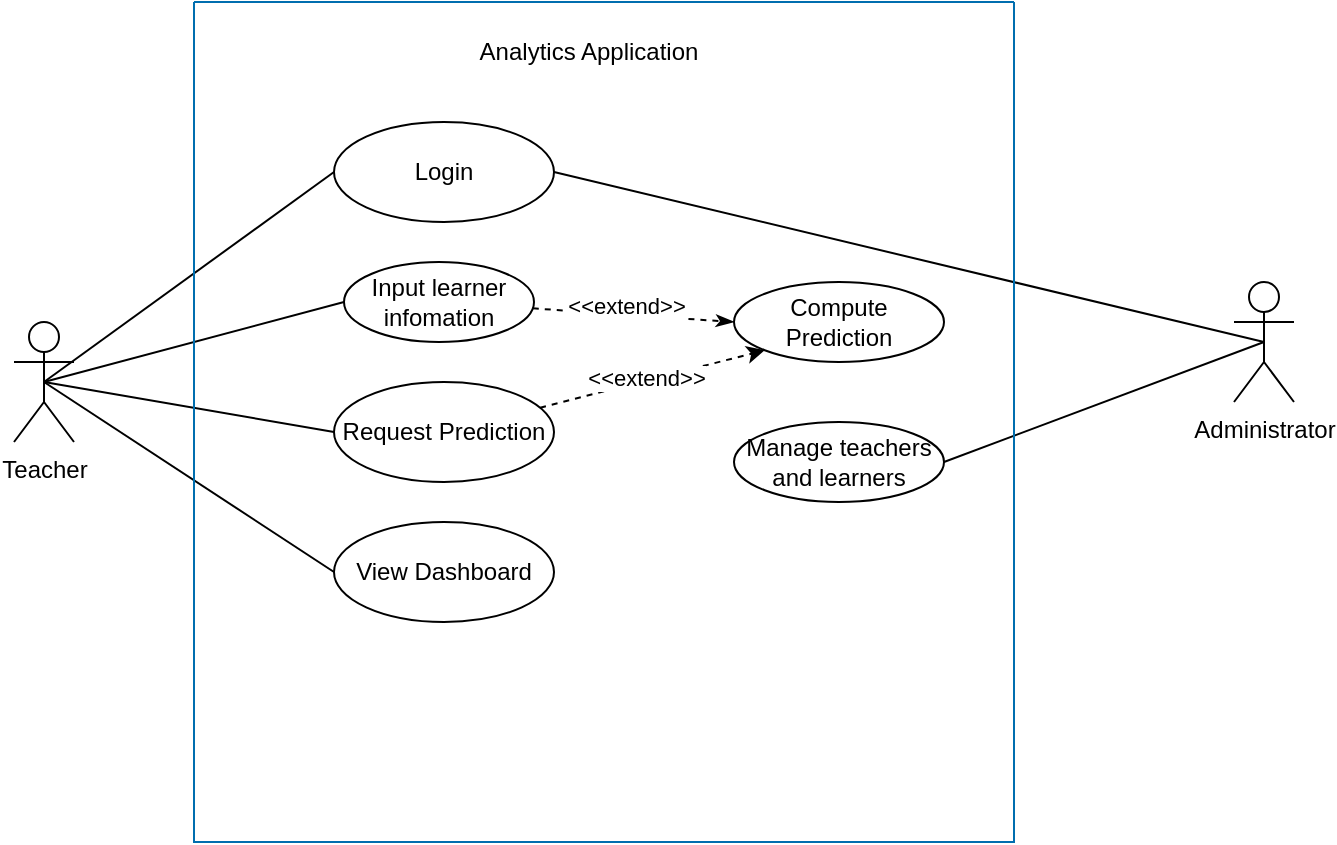
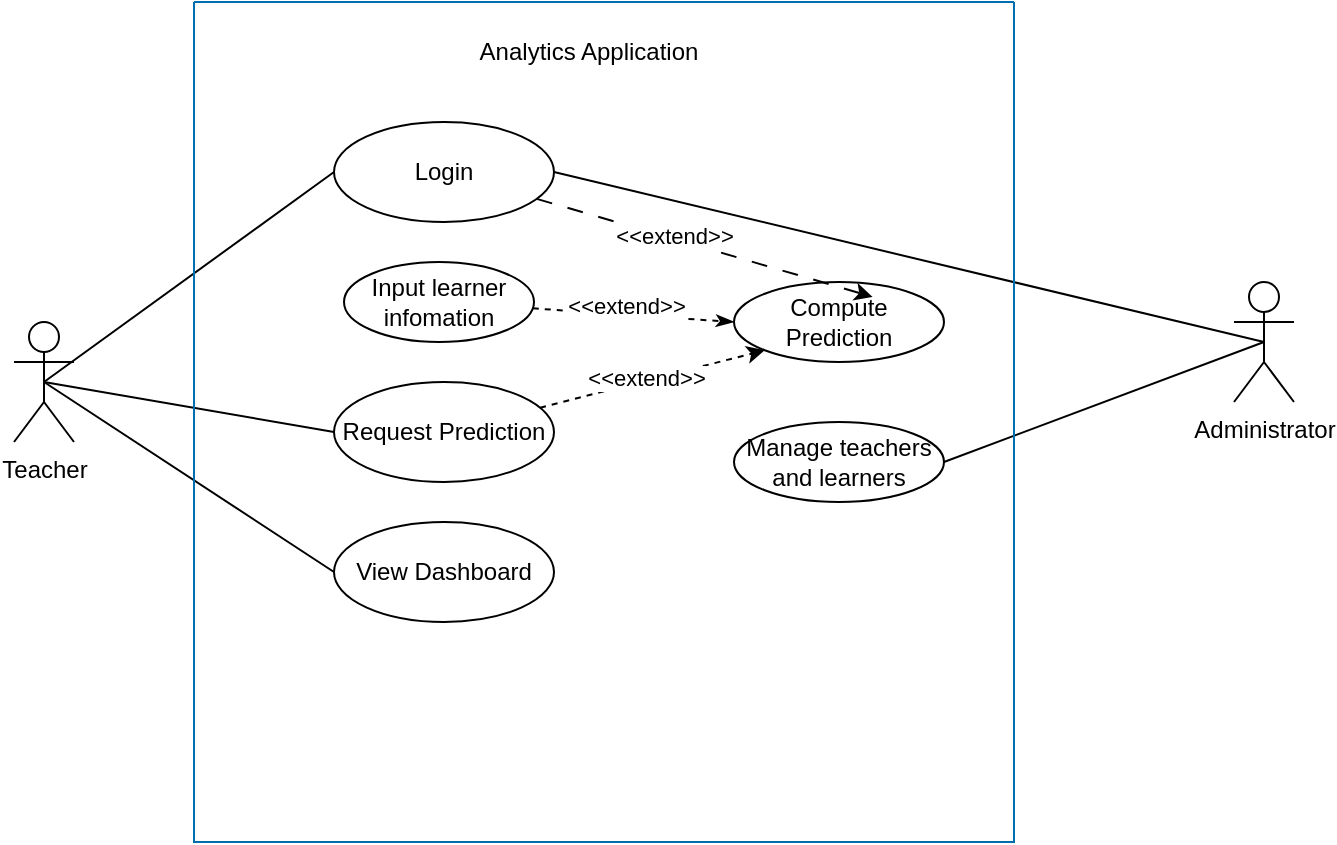
<mxfile host="65bd71144e">
    <diagram id="HGP-83dxVXzt5tPxmBhk" name="Page-1">
-         <mxGraphModel dx="330" dy="345" grid="1" gridSize="10" guides="1" tooltips="1" connect="1" arrows="1" fold="1" page="1" pageScale="1" pageWidth="850" pageHeight="1100" math="0" shadow="0">
+         <mxGraphModel dx="811" dy="498" grid="1" gridSize="10" guides="1" tooltips="1" connect="1" arrows="1" fold="1" page="1" pageScale="1" pageWidth="850" pageHeight="1100" math="0" shadow="0">
            <root>
                <mxCell id="0"/>
                <mxCell id="1" parent="0"/>
-                 <mxCell id="13" style="edgeStyle=none;html=1;entryX=0;entryY=1;entryDx=0;entryDy=0;dashed=1;" edge="1" parent="1" source="2" target="9">
+                 <mxCell id="13" style="edgeStyle=none;html=1;entryX=0;entryY=1;entryDx=0;entryDy=0;dashed=1;" parent="1" source="2" target="9" edge="1">
                    <mxGeometry relative="1" as="geometry"/>
                </mxCell>
-                 <mxCell id="14" value="&amp;lt;&amp;lt;extend&amp;gt;&amp;gt;" style="edgeLabel;html=1;align=center;verticalAlign=middle;resizable=0;points=[];" vertex="1" connectable="0" parent="13">
+                 <mxCell id="14" value="&amp;lt;&amp;lt;extend&amp;gt;&amp;gt;" style="edgeLabel;html=1;align=center;verticalAlign=middle;resizable=0;points=[];" parent="13" vertex="1" connectable="0">
                    <mxGeometry x="-0.0355" y="1" relative="1" as="geometry">
                        <mxPoint x="-1" as="offset"/>
                    </mxGeometry>
                </mxCell>
-                 <mxCell id="2" value="Request Prediction" style="ellipse;whiteSpace=wrap;html=1;align=center;" vertex="1" parent="1">
+                 <mxCell id="2" value="Request Prediction" style="ellipse;whiteSpace=wrap;html=1;align=center;" parent="1" vertex="1">
                    <mxGeometry x="190" y="310" width="110" height="50" as="geometry"/>
                </mxCell>
-                 <mxCell id="3" value="View Dashboard" style="ellipse;whiteSpace=wrap;html=1;align=center;" vertex="1" parent="1">
+                 <mxCell id="3" value="View Dashboard" style="ellipse;whiteSpace=wrap;html=1;align=center;" parent="1" vertex="1">
                    <mxGeometry x="190" y="380" width="110" height="50" as="geometry"/>
                </mxCell>
-                 <mxCell id="4" value="Login" style="ellipse;whiteSpace=wrap;html=1;align=center;" vertex="1" parent="1">
+                 <mxCell id="4" value="Login" style="ellipse;whiteSpace=wrap;html=1;align=center;" parent="1" vertex="1">
                    <mxGeometry x="190" y="180" width="110" height="50" as="geometry"/>
                </mxCell>
-                 <mxCell id="10" style="edgeStyle=none;html=1;entryX=0;entryY=0.5;entryDx=0;entryDy=0;dashed=1;endArrow=classicThin;endFill=1;" edge="1" parent="1" source="6" target="9">
+                 <mxCell id="10" style="edgeStyle=none;html=1;entryX=0;entryY=0.5;entryDx=0;entryDy=0;dashed=1;endArrow=classicThin;endFill=1;" parent="1" source="6" target="9" edge="1">
                    <mxGeometry relative="1" as="geometry"/>
                </mxCell>
-                 <mxCell id="11" value="&amp;lt;&amp;lt;extend&amp;gt;&amp;gt;" style="edgeLabel;html=1;align=center;verticalAlign=middle;resizable=0;points=[];" vertex="1" connectable="0" parent="10">
+                 <mxCell id="11" value="&amp;lt;&amp;lt;extend&amp;gt;&amp;gt;" style="edgeLabel;html=1;align=center;verticalAlign=middle;resizable=0;points=[];" parent="10" vertex="1" connectable="0">
                    <mxGeometry x="-0.2653" y="4" relative="1" as="geometry">
                        <mxPoint x="9" as="offset"/>
                    </mxGeometry>
                </mxCell>
-                 <mxCell id="6" value="Input learner infomation" style="ellipse;whiteSpace=wrap;html=1;align=center;" vertex="1" parent="1">
+                 <mxCell id="6" value="Input learner infomation" style="ellipse;whiteSpace=wrap;html=1;align=center;" parent="1" vertex="1">
                    <mxGeometry x="195" y="250" width="95" height="40" as="geometry"/>
                </mxCell>
-                 <mxCell id="9" value="Compute Prediction" style="ellipse;whiteSpace=wrap;html=1;align=center;" vertex="1" parent="1">
+                 <mxCell id="9" value="Compute Prediction" style="ellipse;whiteSpace=wrap;html=1;align=center;" parent="1" vertex="1">
                    <mxGeometry x="390" y="260" width="105" height="40" as="geometry"/>
                </mxCell>
-                 <mxCell id="12" value="Manage teachers and learners" style="ellipse;whiteSpace=wrap;html=1;align=center;" vertex="1" parent="1">
+                 <mxCell id="12" value="Manage teachers and learners" style="ellipse;whiteSpace=wrap;html=1;align=center;" parent="1" vertex="1">
                    <mxGeometry x="390" y="330" width="105" height="40" as="geometry"/>
                </mxCell>
-                 <mxCell id="22" style="edgeStyle=none;html=1;entryX=0;entryY=0.5;entryDx=0;entryDy=0;endArrow=none;endFill=0;exitX=0.5;exitY=0.5;exitDx=0;exitDy=0;exitPerimeter=0;" edge="1" parent="1" source="15" target="4">
+                 <mxCell id="22" style="edgeStyle=none;html=1;entryX=0;entryY=0.5;entryDx=0;entryDy=0;endArrow=none;endFill=0;exitX=0.5;exitY=0.5;exitDx=0;exitDy=0;exitPerimeter=0;" parent="1" source="15" target="4" edge="1">
                    <mxGeometry relative="1" as="geometry"/>
                </mxCell>
-                 <mxCell id="23" style="edgeStyle=none;html=1;entryX=0;entryY=0.5;entryDx=0;entryDy=0;endArrow=none;endFill=0;exitX=0.5;exitY=0.5;exitDx=0;exitDy=0;exitPerimeter=0;" edge="1" parent="1" source="15" target="6">
+                 <mxCell id="24" style="edgeStyle=none;html=1;entryX=0;entryY=0.5;entryDx=0;entryDy=0;endArrow=none;endFill=0;exitX=0.5;exitY=0.5;exitDx=0;exitDy=0;exitPerimeter=0;" parent="1" source="15" target="2" edge="1">
                    <mxGeometry relative="1" as="geometry"/>
                </mxCell>
-                 <mxCell id="24" style="edgeStyle=none;html=1;entryX=0;entryY=0.5;entryDx=0;entryDy=0;endArrow=none;endFill=0;exitX=0.5;exitY=0.5;exitDx=0;exitDy=0;exitPerimeter=0;" edge="1" parent="1" source="15" target="2">
+                 <mxCell id="25" style="edgeStyle=none;html=1;entryX=0;entryY=0.5;entryDx=0;entryDy=0;startArrow=none;startFill=0;endArrow=none;endFill=0;exitX=0.5;exitY=0.5;exitDx=0;exitDy=0;exitPerimeter=0;" parent="1" source="15" target="3" edge="1">
                    <mxGeometry relative="1" as="geometry"/>
                </mxCell>
-                 <mxCell id="25" style="edgeStyle=none;html=1;entryX=0;entryY=0.5;entryDx=0;entryDy=0;startArrow=none;startFill=0;endArrow=none;endFill=0;exitX=0.5;exitY=0.5;exitDx=0;exitDy=0;exitPerimeter=0;" edge="1" parent="1" source="15" target="3">
+                 <mxCell id="15" value="Teacher" style="shape=umlActor;verticalLabelPosition=bottom;verticalAlign=top;html=1;" parent="1" vertex="1">
+                     <mxGeometry x="30" y="280" width="30" height="60" as="geometry"/>
+                 </mxCell>
+                 <mxCell id="21" style="edgeStyle=none;html=1;entryX=1;entryY=0.5;entryDx=0;entryDy=0;endArrow=none;endFill=0;exitX=0.5;exitY=0.5;exitDx=0;exitDy=0;exitPerimeter=0;" parent="1" source="20" target="12" edge="1">
                    <mxGeometry relative="1" as="geometry"/>
                </mxCell>
-                 <mxCell id="15" value="Teacher" style="shape=umlActor;verticalLabelPosition=bottom;verticalAlign=top;html=1;" vertex="1" parent="1">
-                     <mxGeometry x="30" y="280" width="30" height="60" as="geometry"/>
-                 </mxCell>
-                 <mxCell id="21" style="edgeStyle=none;html=1;entryX=1;entryY=0.5;entryDx=0;entryDy=0;endArrow=none;endFill=0;exitX=0.5;exitY=0.5;exitDx=0;exitDy=0;exitPerimeter=0;" edge="1" parent="1" source="20" target="12">
+                 <mxCell id="28" style="edgeStyle=none;html=1;entryX=1;entryY=0.5;entryDx=0;entryDy=0;exitX=0.5;exitY=0.5;exitDx=0;exitDy=0;exitPerimeter=0;endArrow=none;endFill=0;" parent="1" source="20" target="4" edge="1">
                    <mxGeometry relative="1" as="geometry"/>
                </mxCell>
-                 <mxCell id="28" style="edgeStyle=none;html=1;entryX=1;entryY=0.5;entryDx=0;entryDy=0;exitX=0.5;exitY=0.5;exitDx=0;exitDy=0;exitPerimeter=0;endArrow=none;endFill=0;" edge="1" parent="1" source="20" target="4">
+                 <mxCell id="20" value="Administrator" style="shape=umlActor;verticalLabelPosition=bottom;verticalAlign=top;html=1;" parent="1" vertex="1">
+                     <mxGeometry x="640" y="260" width="30" height="60" as="geometry"/>
+                 </mxCell>
+                 <mxCell id="26" value="" style="swimlane;startSize=0;fillColor=light-dark(#1ba1e2, #cde41b);fontColor=#ffffff;strokeColor=#006EAF;" parent="1" vertex="1">
+                     <mxGeometry x="120" y="120" width="410" height="420" as="geometry"/>
+                 </mxCell>
+                 <mxCell id="27" value="Analytics Application" style="text;html=1;align=center;verticalAlign=middle;whiteSpace=wrap;rounded=0;" parent="26" vertex="1">
+                     <mxGeometry x="140" y="10" width="115" height="30" as="geometry"/>
+                 </mxCell>
+                 <mxCell id="29" style="edgeStyle=none;html=1;entryX=0.66;entryY=0.186;entryDx=0;entryDy=0;entryPerimeter=0;dashed=1;dashPattern=8 8;" edge="1" parent="1" source="4" target="9">
                    <mxGeometry relative="1" as="geometry"/>
                </mxCell>
-                 <mxCell id="20" value="Administrator" style="shape=umlActor;verticalLabelPosition=bottom;verticalAlign=top;html=1;" vertex="1" parent="1">
-                     <mxGeometry x="640" y="260" width="30" height="60" as="geometry"/>
-                 </mxCell>
-                 <mxCell id="26" value="" style="swimlane;startSize=0;fillColor=light-dark(#1ba1e2, #cde41b);fontColor=#ffffff;strokeColor=#006EAF;" vertex="1" parent="1">
-                     <mxGeometry x="120" y="120" width="410" height="420" as="geometry"/>
-                 </mxCell>
-                 <mxCell id="27" value="Analytics Application" style="text;html=1;align=center;verticalAlign=middle;whiteSpace=wrap;rounded=0;" vertex="1" parent="26">
-                     <mxGeometry x="140" y="10" width="115" height="30" as="geometry"/>
+                 <mxCell id="30" value="&amp;lt;&amp;lt;extend&amp;gt;&amp;gt;" style="edgeLabel;html=1;align=center;verticalAlign=middle;resizable=0;points=[];" vertex="1" connectable="0" parent="29">
+                     <mxGeometry x="-0.1924" y="1" relative="1" as="geometry">
+                         <mxPoint as="offset"/>
+                     </mxGeometry>
                </mxCell>
            </root>
        </mxGraphModel>
    </diagram>
</mxfile>